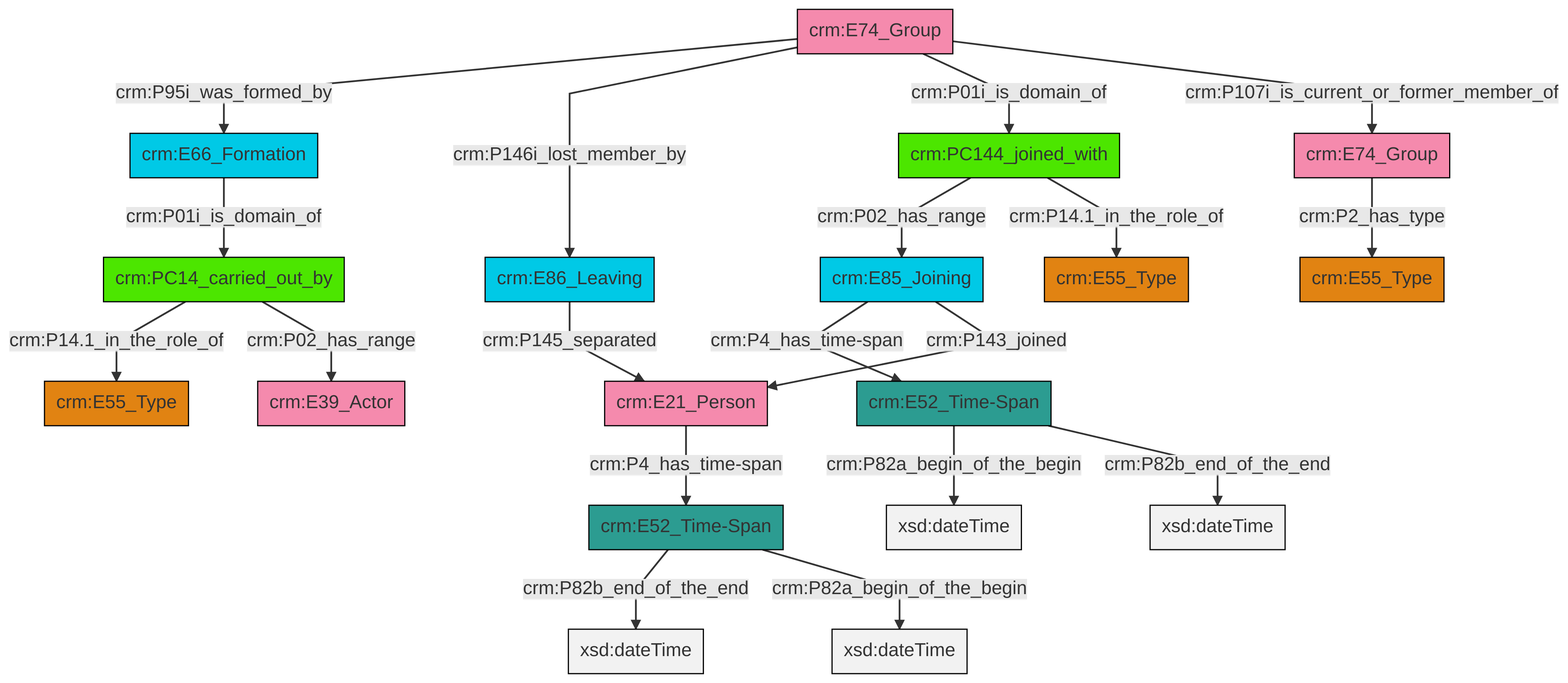
Above: et/groupCSV/ttl/mmd/png/group_actor_relations.png in swiss-art-research-net/reference-data-models (Mermaid), before the change. Its source is kept beside it as et/groupCSV/ttl/mmd/group_actor_relations.ttl.mmd.
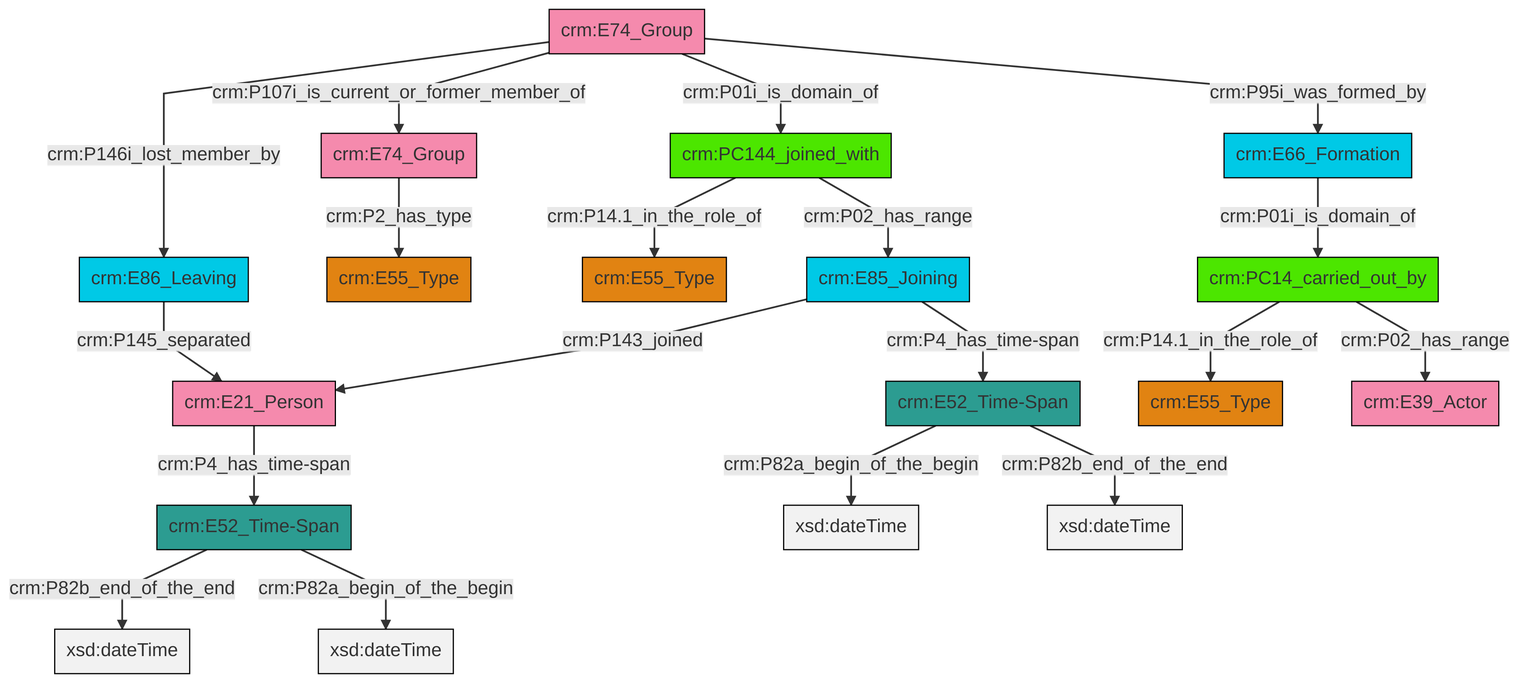
The same file after the commit.

Diff of the diagram source:
```diff
@@ -13,21 +13,21 @@
 classDef PC_Classes fill:#4ce600, stroke:#000000;
 classDef Multi fill:#cccccc,stroke:#000000;
 
-0["crm:PC144_joined_with"]:::PC_Classes -->|crm:P02_has_range| 1["crm:E85_Joining"]:::Temporal_Entity
-2["crm:E74_Group"]:::Actor -->|crm:P95i_was_formed_by| 3["crm:E66_Formation"]:::Temporal_Entity
-0["crm:PC144_joined_with"]:::PC_Classes -->|crm:P14.1_in_the_role_of| 7["crm:E55_Type"]:::Type
-10["crm:E52_Time-Span"]:::Time-Span -->|crm:P82b_end_of_the_end| 11[xsd:dateTime]:::Literal
-12["crm:E21_Person"]:::Actor -->|crm:P4_has_time-span| 10["crm:E52_Time-Span"]:::Time-Span
-17["crm:PC14_carried_out_by"]:::PC_Classes -->|crm:P14.1_in_the_role_of| 5["crm:E55_Type"]:::Type
-1["crm:E85_Joining"]:::Temporal_Entity -->|crm:P4_has_time-span| 18["crm:E52_Time-Span"]:::Time-Span
-8["crm:E74_Group"]:::Actor -->|crm:P2_has_type| 19["crm:E55_Type"]:::Type
-2["crm:E74_Group"]:::Actor -->|crm:P146i_lost_member_by| 21["crm:E86_Leaving"]:::Temporal_Entity
-2["crm:E74_Group"]:::Actor -->|crm:P01i_is_domain_of| 0["crm:PC144_joined_with"]:::PC_Classes
-17["crm:PC14_carried_out_by"]:::PC_Classes -->|crm:P02_has_range| 14["crm:E39_Actor"]:::Actor
-1["crm:E85_Joining"]:::Temporal_Entity -->|crm:P143_joined| 12["crm:E21_Person"]:::Actor
-3["crm:E66_Formation"]:::Temporal_Entity -->|crm:P01i_is_domain_of| 17["crm:PC14_carried_out_by"]:::PC_Classes
-21["crm:E86_Leaving"]:::Temporal_Entity -->|crm:P145_separated| 12["crm:E21_Person"]:::Actor
-10["crm:E52_Time-Span"]:::Time-Span -->|crm:P82a_begin_of_the_begin| 27[xsd:dateTime]:::Literal
-2["crm:E74_Group"]:::Actor -->|crm:P107i_is_current_or_former_member_of| 8["crm:E74_Group"]:::Actor
-18["crm:E52_Time-Span"]:::Time-Span -->|crm:P82a_begin_of_the_begin| 32[xsd:dateTime]:::Literal
-18["crm:E52_Time-Span"]:::Time-Span -->|crm:P82b_end_of_the_end| 34[xsd:dateTime]:::Literal
+0["crm:E74_Group"]:::Actor -->|crm:P146i_lost_member_by| 1["crm:E86_Leaving"]:::Temporal_Entity
+6["crm:E74_Group"]:::Actor -->|crm:P2_has_type| 4["crm:E55_Type"]:::Type
+0["crm:E74_Group"]:::Actor -->|crm:P107i_is_current_or_former_member_of| 6["crm:E74_Group"]:::Actor
+10["crm:PC14_carried_out_by"]:::PC_Classes -->|crm:P14.1_in_the_role_of| 11["crm:E55_Type"]:::Type
+7["crm:E52_Time-Span"]:::Time-Span -->|crm:P82a_begin_of_the_begin| 13[xsd:dateTime]:::Literal
+17["crm:E85_Joining"]:::Temporal_Entity -->|crm:P143_joined| 18["crm:E21_Person"]:::Actor
+0["crm:E74_Group"]:::Actor -->|crm:P01i_is_domain_of| 19["crm:PC144_joined_with"]:::PC_Classes
+20["crm:E52_Time-Span"]:::Time-Span -->|crm:P82b_end_of_the_end| 21[xsd:dateTime]:::Literal
+22["crm:E66_Formation"]:::Temporal_Entity -->|crm:P01i_is_domain_of| 10["crm:PC14_carried_out_by"]:::PC_Classes
+10["crm:PC14_carried_out_by"]:::PC_Classes -->|crm:P02_has_range| 2["crm:E39_Actor"]:::Actor
+7["crm:E52_Time-Span"]:::Time-Span -->|crm:P82b_end_of_the_end| 27[xsd:dateTime]:::Literal
+0["crm:E74_Group"]:::Actor -->|crm:P95i_was_formed_by| 22["crm:E66_Formation"]:::Temporal_Entity
+18["crm:E21_Person"]:::Actor -->|crm:P4_has_time-span| 20["crm:E52_Time-Span"]:::Time-Span
+20["crm:E52_Time-Span"]:::Time-Span -->|crm:P82a_begin_of_the_begin| 32[xsd:dateTime]:::Literal
+1["crm:E86_Leaving"]:::Temporal_Entity -->|crm:P145_separated| 18["crm:E21_Person"]:::Actor
+17["crm:E85_Joining"]:::Temporal_Entity -->|crm:P4_has_time-span| 7["crm:E52_Time-Span"]:::Time-Span
+19["crm:PC144_joined_with"]:::PC_Classes -->|crm:P14.1_in_the_role_of| 14["crm:E55_Type"]:::Type
+19["crm:PC144_joined_with"]:::PC_Classes -->|crm:P02_has_range| 17["crm:E85_Joining"]:::Temporal_Entity
```
